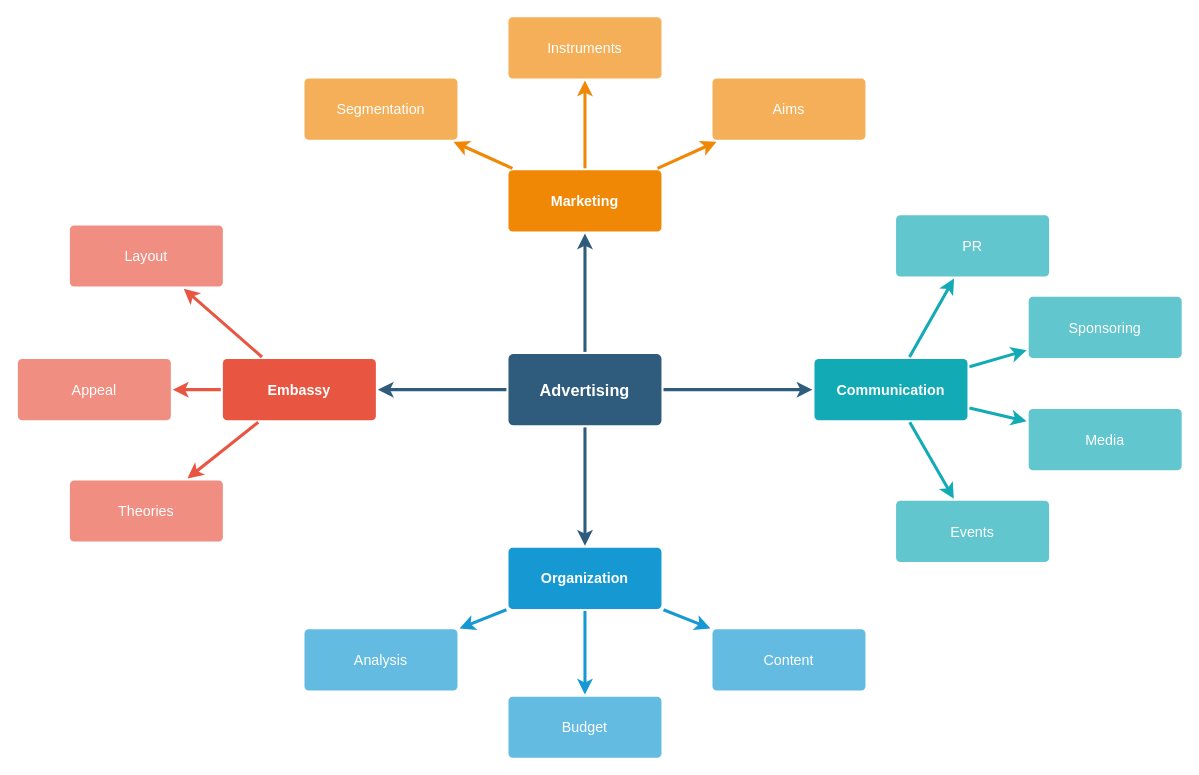
Earlier version of the draw.io diagram Untitled Diagram.drawio (mconsulting/mpl). Source tidied: cells renumbered, new cells numbered last; positions are measured from the earlier drawing's top-left corner, leaving out a move shared by most shapes. Both pictures are drawn from the tidied source at 102%, with x=0, y=0 at pixel (17, 16).
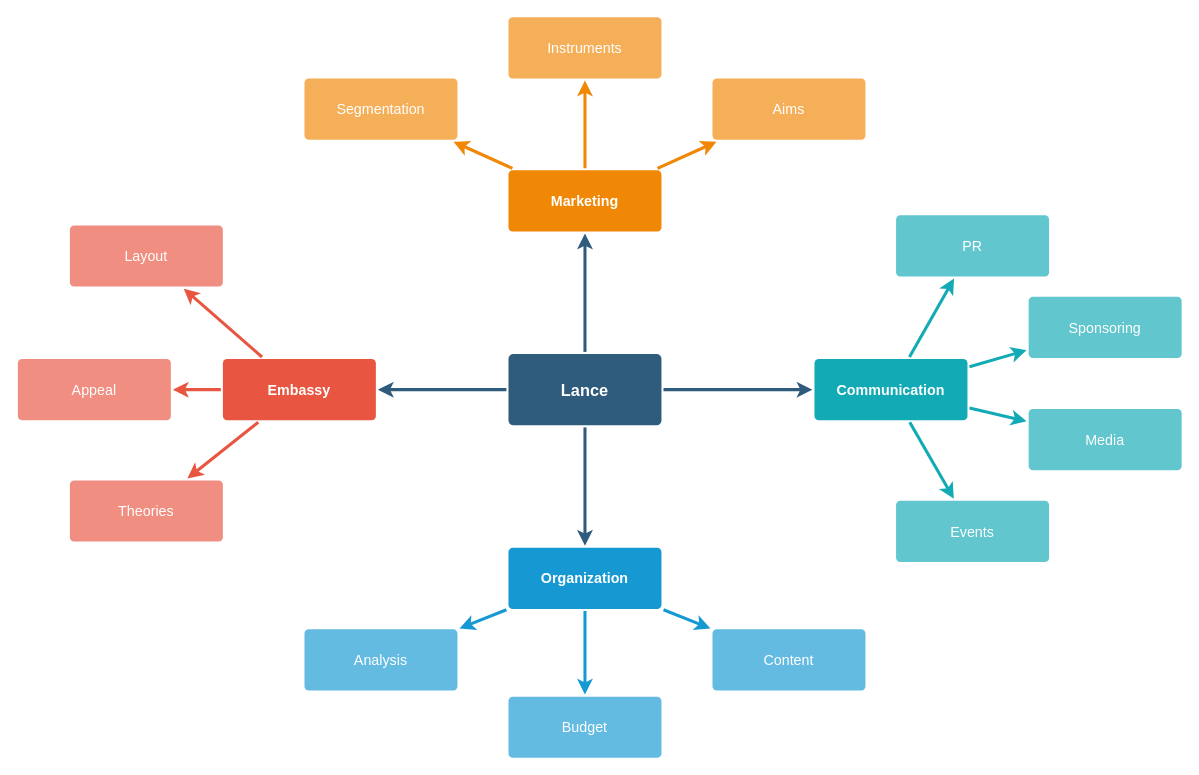
The same page after the edit.

What changed in the source:
```diff
@@
-    <mxCell id="6" value="Advertising" style="rounded=1;whiteSpace=wrap;html=1;shadow=0;labelBackgroundColor=none;strokeColor=none;strokeWidth=3;fillColor=#2F5B7C;fontFamily=Helvetica;fontSize=16;fontColor=#FFFFFF;align=center;fontStyle=1;spacing=5;arcSize=7;perimeterSpacing=2;" parent="1" vertex="1">
+    <mxCell id="6" value="Lance" style="rounded=1;whiteSpace=wrap;html=1;shadow=0;labelBackgroundColor=none;strokeColor=none;strokeWidth=3;fillColor=#2F5B7C;fontFamily=Helvetica;fontSize=16;fontColor=#FFFFFF;align=center;fontStyle=1;spacing=5;arcSize=7;perimeterSpacing=2;" parent="1" vertex="1">
       <mxGeometry x="481" y="330.5" width="150" height="70" as="geometry" />
     </mxCell>
```
